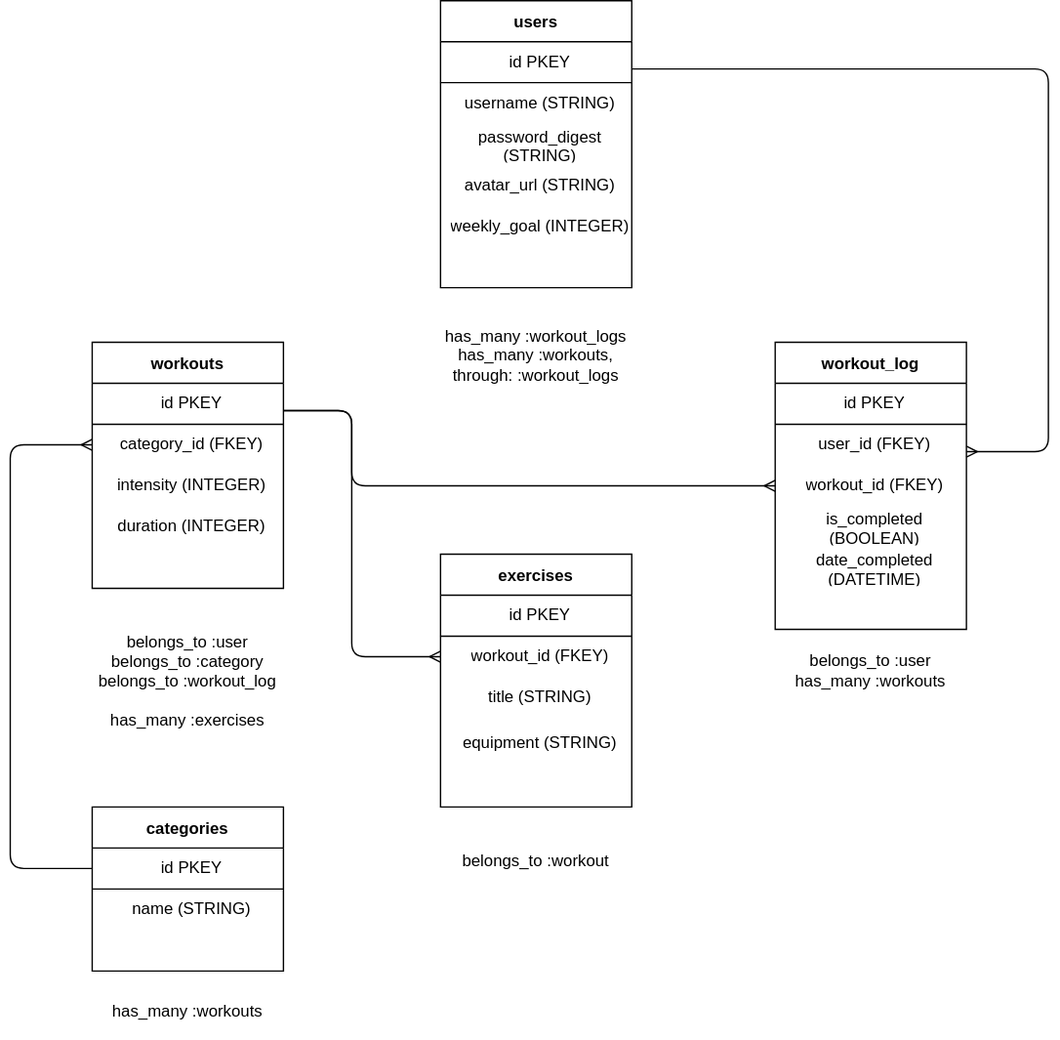
This is workoutbuddy.drawio.svg from clogan1/workout-buddy, a draw.io export, as it was before one commit. Source tidied: cells renumbered, new cells last; positions are measured from the earlier drawing's top-left corner, leaving out a move shared by most shapes.
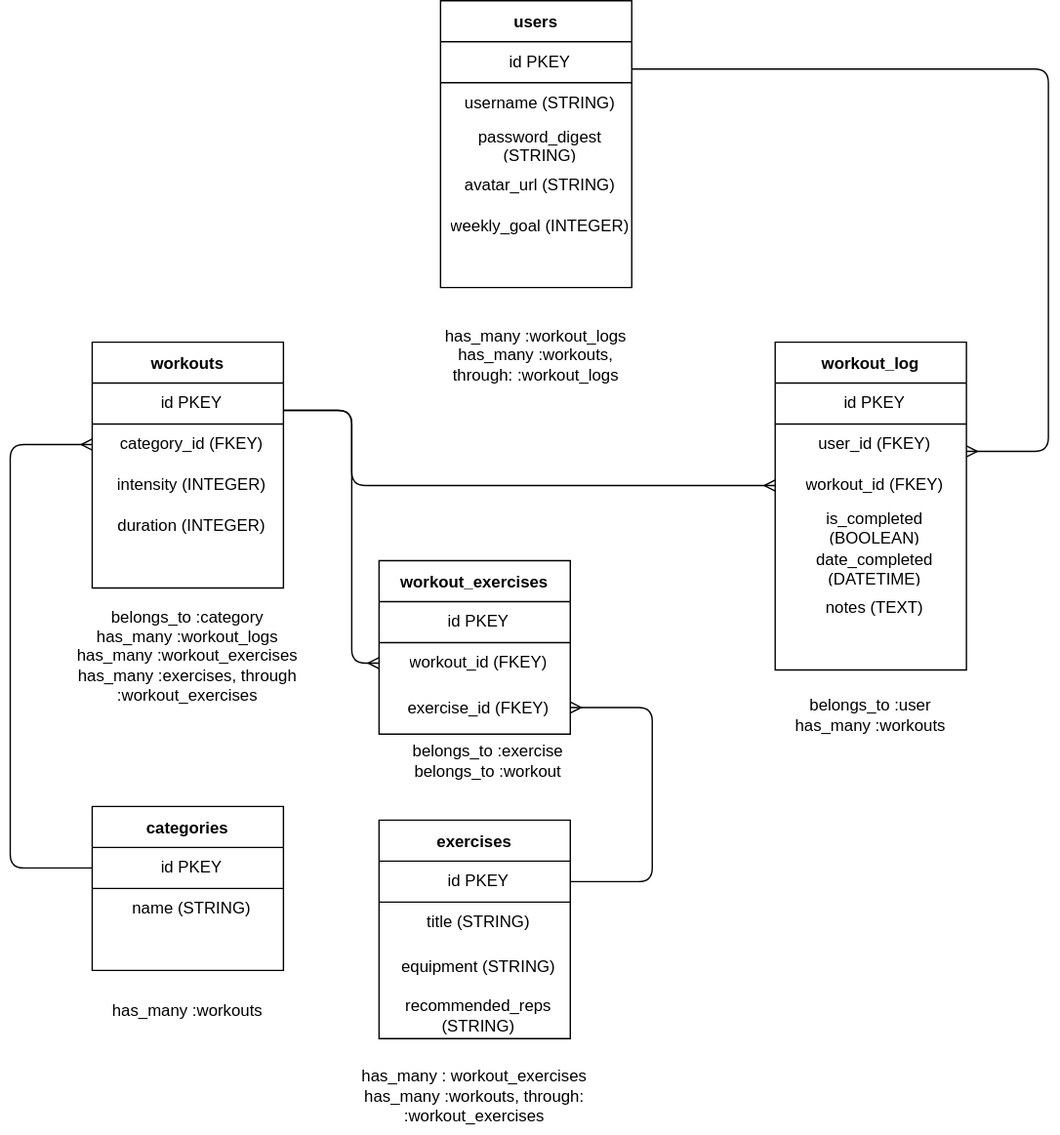
After the change.

Change to the diagram source:
```diff
@@ -68,7 +68,7 @@
       <mxGeometry width="140" height="30" as="geometry" />
     </mxCell>
     <mxCell id="23" value="workout_log" style="shape=table;startSize=30;rowLines=0;fontStyle=1;align=center;" parent="1" vertex="1">
-      <mxGeometry x="560" y="250" width="140" height="210" as="geometry" />
+      <mxGeometry x="560" y="250" width="140" height="240" as="geometry" />
     </mxCell>
     <mxCell id="24" style="shape=partialRectangle;html=1;whiteSpace=wrap;fillColor=none;top=0;left=0;bottom=1;right=0;" parent="23" vertex="1">
       <mxGeometry y="30" width="140" height="30" as="geometry" />
@@ -100,6 +100,12 @@
     <mxCell id="33" value="date_completed (DATETIME)" style="shape=partialRectangle;html=1;whiteSpace=wrap;fillColor=none;top=0;left=0;bottom=0;right=0;align=center;spacingLeft=6;overflow=hidden;" parent="32" vertex="1">
       <mxGeometry width="140" height="30" as="geometry" />
     </mxCell>
+    <mxCell id="56" style="shape=partialRectangle;html=1;whiteSpace=wrap;fillColor=none;top=0;left=0;bottom=0;right=0;" parent="23" vertex="1">
+      <mxGeometry y="180" width="140" height="30" as="geometry" />
+    </mxCell>
+    <mxCell id="57" value="notes (TEXT)" style="shape=partialRectangle;html=1;whiteSpace=wrap;fillColor=none;top=0;left=0;bottom=0;right=0;align=center;spacingLeft=6;overflow=hidden;" parent="56" vertex="1">
+      <mxGeometry width="140" height="30" as="geometry" />
+    </mxCell>
     <mxCell id="34" style="edgeStyle=segmentEdgeStyle;endArrow=ERmany;html=1;endFill=0;" parent="1" edge="1">
       <mxGeometry relative="1" as="geometry">
         <mxPoint x="455" y="50" as="sourcePoint" />
@@ -119,16 +125,16 @@
     </mxCell>
     <object id="36" label="belongs_to :user&lt;br&gt;has_many :workouts" name="Variable" placeholders="1">
       <mxCell style="text;html=1;strokeColor=none;fillColor=none;align=center;verticalAlign=middle;whiteSpace=wrap;overflow=hidden;" parent="1" vertex="1">
-        <mxGeometry x="560" y="470" width="140" height="40" as="geometry" />
+        <mxGeometry x="560" y="502.5" width="140" height="40" as="geometry" />
       </mxCell>
     </object>
-    <object id="37" label="belongs_to :user&lt;br&gt;belongs_to :category&lt;br&gt;belongs_to :workout_log&lt;br&gt;&lt;br&gt;has_many :exercises" name="Variable" placeholders="1">
+    <object id="37" label="belongs_to :category&lt;br&gt;has_many :workout_logs&lt;br&gt;has_many :workout_exercises&lt;br&gt;has_many :exercises, through :workout_exercises" name="Variable" placeholders="1">
       <mxCell style="text;html=1;strokeColor=none;fillColor=none;align=center;verticalAlign=middle;whiteSpace=wrap;overflow=hidden;" parent="1" vertex="1">
-        <mxGeometry x="60" y="452.5" width="140" height="90" as="geometry" />
+        <mxGeometry x="30" y="435" width="200" height="90" as="geometry" />
       </mxCell>
     </object>
     <mxCell id="38" value="exercises" style="shape=table;startSize=30;rowLines=0;fontStyle=1;align=center;" parent="1" vertex="1">
-      <mxGeometry x="315" y="405" width="140" height="185" as="geometry" />
+      <mxGeometry x="270" y="600" width="140" height="160" as="geometry" />
     </mxCell>
     <mxCell id="39" style="shape=partialRectangle;html=1;whiteSpace=wrap;fillColor=none;top=0;left=0;bottom=1;right=0;points=[[0,0.5],[1,0.5]];portConstraint=eastwest;" parent="38" vertex="1">
       <mxGeometry y="30" width="140" height="30" as="geometry" />
@@ -136,37 +142,24 @@
     <mxCell id="40" value="id PKEY" style="shape=partialRectangle;html=1;whiteSpace=wrap;fillColor=none;top=0;left=0;bottom=0;right=0;align=center;spacingLeft=6;overflow=hidden;" parent="39" vertex="1">
       <mxGeometry width="140" height="30" as="geometry" />
     </mxCell>
-    <mxCell id="41" style="shape=partialRectangle;html=1;whiteSpace=wrap;fillColor=none;top=0;left=0;bottom=0;right=0;points=[[0,0.5],[1,0.5]];portConstraint=eastwest;" parent="38" vertex="1">
-      <mxGeometry y="60" width="140" height="30" as="geometry" />
-    </mxCell>
-    <mxCell id="42" value="workout_id (FKEY)" style="shape=partialRectangle;html=1;whiteSpace=wrap;fillColor=none;top=0;left=0;bottom=0;right=0;align=center;spacingLeft=6;overflow=hidden;" parent="41" vertex="1">
-      <mxGeometry width="140" height="30" as="geometry" />
-    </mxCell>
     <mxCell id="43" style="shape=partialRectangle;html=1;whiteSpace=wrap;fillColor=none;top=0;left=0;bottom=0;right=0;" parent="38" vertex="1">
-      <mxGeometry y="90" width="140" height="30" as="geometry" />
+      <mxGeometry y="60" width="140" height="30" as="geometry" />
     </mxCell>
     <mxCell id="44" value="title (STRING)" style="shape=partialRectangle;html=1;whiteSpace=wrap;fillColor=none;top=0;left=0;bottom=0;right=0;align=center;spacingLeft=6;overflow=hidden;" parent="43" vertex="1">
       <mxGeometry width="140" height="30" as="geometry" />
     </mxCell>
     <mxCell id="45" style="shape=partialRectangle;html=1;whiteSpace=wrap;fillColor=none;top=0;left=0;bottom=0;right=0;" parent="38" vertex="1">
-      <mxGeometry y="120" width="140" height="35" as="geometry" />
+      <mxGeometry y="90" width="140" height="35" as="geometry" />
     </mxCell>
     <mxCell id="46" value="equipment (STRING)" style="shape=partialRectangle;html=1;whiteSpace=wrap;fillColor=none;top=0;left=0;bottom=0;right=0;align=center;spacingLeft=6;overflow=hidden;" parent="45" vertex="1">
       <mxGeometry width="140" height="35" as="geometry" />
     </mxCell>
-    <object id="47" label="belongs_to :workout" name="Variable" placeholders="1">
-      <mxCell style="text;html=1;strokeColor=none;fillColor=none;align=center;verticalAlign=middle;whiteSpace=wrap;overflow=hidden;" parent="1" vertex="1">
-        <mxGeometry x="315" y="610" width="140" height="40" as="geometry" />
-      </mxCell>
-    </object>
-    <mxCell id="48" style="edgeStyle=elbowEdgeStyle;elbow=horizontal;endArrow=ERmany;html=1;entryX=0;entryY=0.5;entryDx=0;entryDy=0;endFill=0;" parent="1" edge="1" target="41">
-      <mxGeometry relative="1" as="geometry">
-        <mxPoint x="200" y="300" as="sourcePoint" />
-        <Array as="points">
-          <mxPoint x="250" y="330" />
-        </Array>
-      </mxGeometry>
-    </mxCell>
+    <mxCell id="58" style="shape=partialRectangle;html=1;whiteSpace=wrap;fillColor=none;top=0;left=0;bottom=0;right=0;" parent="38" vertex="1">
+      <mxGeometry y="125" width="140" height="35" as="geometry" />
+    </mxCell>
+    <mxCell id="59" value="recommended_reps (STRING)" style="shape=partialRectangle;html=1;whiteSpace=wrap;fillColor=none;top=0;left=0;bottom=0;right=0;align=center;spacingLeft=6;overflow=hidden;" parent="58" vertex="1">
+      <mxGeometry width="140" height="35" as="geometry" />
+    </mxCell>
     <mxCell id="49" value="categories" style="shape=table;startSize=30;rowLines=0;fontStyle=1;align=center;" parent="1" vertex="1">
       <mxGeometry x="60" y="590" width="140" height="120" as="geometry" />
     </mxCell>
@@ -194,5 +187,51 @@
         </Array>
       </mxGeometry>
     </mxCell>
+    <mxCell id="60" value="workout_exercises" style="shape=table;startSize=30;rowLines=0;fontStyle=1;align=center;" parent="1" vertex="1">
+      <mxGeometry x="270" y="410" width="140" height="127" as="geometry" />
+    </mxCell>
+    <mxCell id="61" style="shape=partialRectangle;html=1;whiteSpace=wrap;fillColor=none;top=0;left=0;bottom=1;right=0;" parent="60" vertex="1">
+      <mxGeometry y="30" width="140" height="30" as="geometry" />
+    </mxCell>
+    <mxCell id="62" value="id PKEY" style="shape=partialRectangle;html=1;whiteSpace=wrap;fillColor=none;top=0;left=0;bottom=0;right=0;align=center;spacingLeft=6;overflow=hidden;" parent="61" vertex="1">
+      <mxGeometry width="140" height="30" as="geometry" />
+    </mxCell>
+    <mxCell id="41" style="shape=partialRectangle;html=1;whiteSpace=wrap;fillColor=none;top=0;left=0;bottom=0;right=0;points=[[0,0.5],[1,0.5]];portConstraint=eastwest;" parent="60" vertex="1">
+      <mxGeometry y="60" width="140" height="30" as="geometry" />
+    </mxCell>
+    <mxCell id="42" value="workout_id (FKEY)" style="shape=partialRectangle;html=1;whiteSpace=wrap;fillColor=none;top=0;left=0;bottom=0;right=0;align=center;spacingLeft=6;overflow=hidden;" parent="41" vertex="1">
+      <mxGeometry width="140" height="30" as="geometry" />
+    </mxCell>
+    <mxCell id="63" style="shape=partialRectangle;html=1;whiteSpace=wrap;fillColor=none;top=0;left=0;bottom=0;right=0;points=[[0,0.5],[1,0.5]];portConstraint=eastwest;" parent="60" vertex="1">
+      <mxGeometry y="90" width="140" height="35" as="geometry" />
+    </mxCell>
+    <mxCell id="64" value="exercise_id (FKEY)" style="shape=partialRectangle;html=1;whiteSpace=wrap;fillColor=none;top=0;left=0;bottom=0;right=0;align=center;spacingLeft=6;overflow=hidden;" parent="63" vertex="1">
+      <mxGeometry width="140" height="35" as="geometry" />
+    </mxCell>
+    <object id="65" label="&lt;br&gt;has_many : workout_exercises&lt;br&gt;has_many :workouts, through: :workout_exercises" name="Variable" placeholders="1">
+      <mxCell style="text;html=1;strokeColor=none;fillColor=none;align=center;verticalAlign=middle;whiteSpace=wrap;overflow=hidden;" parent="1" vertex="1">
+        <mxGeometry x="250" y="760" width="180" height="70" as="geometry" />
+      </mxCell>
+    </object>
+    <object id="66" label="belongs_to :exercise&lt;br&gt;belongs_to :workout" name="Variable" placeholders="1">
+      <mxCell style="text;html=1;strokeColor=none;fillColor=none;align=center;verticalAlign=middle;whiteSpace=wrap;overflow=hidden;" parent="1" vertex="1">
+        <mxGeometry x="260" y="537" width="180" height="40" as="geometry" />
+      </mxCell>
+    </object>
+    <mxCell id="67" style="edgeStyle=elbowEdgeStyle;elbow=horizontal;endArrow=ERmany;html=1;entryX=0;entryY=0.5;entryDx=0;entryDy=0;endFill=0;" parent="1" edge="1" target="41">
+      <mxGeometry relative="1" as="geometry">
+        <mxPoint x="200" y="300" as="sourcePoint" />
+        <Array as="points">
+          <mxPoint x="250" y="360" />
+        </Array>
+      </mxGeometry>
+    </mxCell>
+    <mxCell id="68" style="edgeStyle=elbowEdgeStyle;elbow=horizontal;endArrow=ERmany;html=1;entryX=1;entryY=0.5;entryDx=0;entryDy=0;endFill=0;exitX=1;exitY=0.5;exitDx=0;exitDy=0;" parent="1" edge="1" source="39" target="63">
+      <mxGeometry relative="1" as="geometry">
+        <Array as="points">
+          <mxPoint x="470" y="580" />
+        </Array>
+      </mxGeometry>
+    </mxCell>
   </root>
 </mxGraphModel>
```
